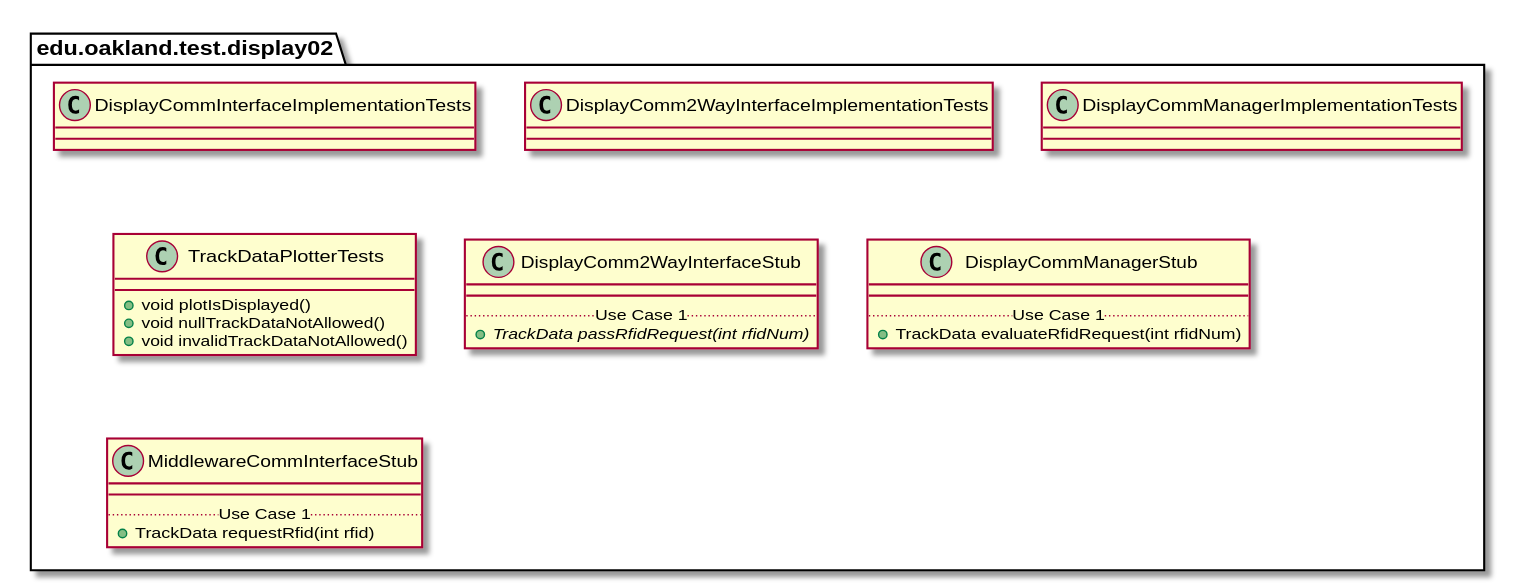
The PlantUML diagram docs/uml-class-diagrams/display02/test/Display02TestPackage.svg in casher-ou/csi-3370-software-project, before a commit. The source it was exported from:
```plantuml
@startuml Display02TestPackage

package edu.oakland.test.display02 {

}


package edu.oakland.test.display02 {
    class DisplayCommInterfaceImplementationTests {

    }
}


package edu.oakland.test.display02 {
    class DisplayComm2WayInterfaceImplementationTests {

    }
}


package edu.oakland.test.display02 {
    class DisplayCommManagerImplementationTests {

    }
}


package edu.oakland.test.display02 {
    class TrackDataPlotterTests {
        + void plotIsDisplayed()
        + void nullTrackDataNotAllowed()
        + void invalidTrackDataNotAllowed()
    }
}


package edu.oakland.test.display02 {
    class DisplayComm2WayInterfaceStub {
        __
        .. Use Case 1 ..
        {abstract} + TrackData passRfidRequest(int rfidNum)
    }
}


package edu.oakland.test.display02 {
    class DisplayCommManagerStub {
        __
        .. Use Case 1 ..
        + TrackData evaluateRfidRequest(int rfidNum)
    }
}


package edu.oakland.test.display02 {
    class MiddlewareCommInterfaceStub {
        __
        .. Use Case 1 ..
        + TrackData requestRfid(int rfid)
    }
}


@enduml
```
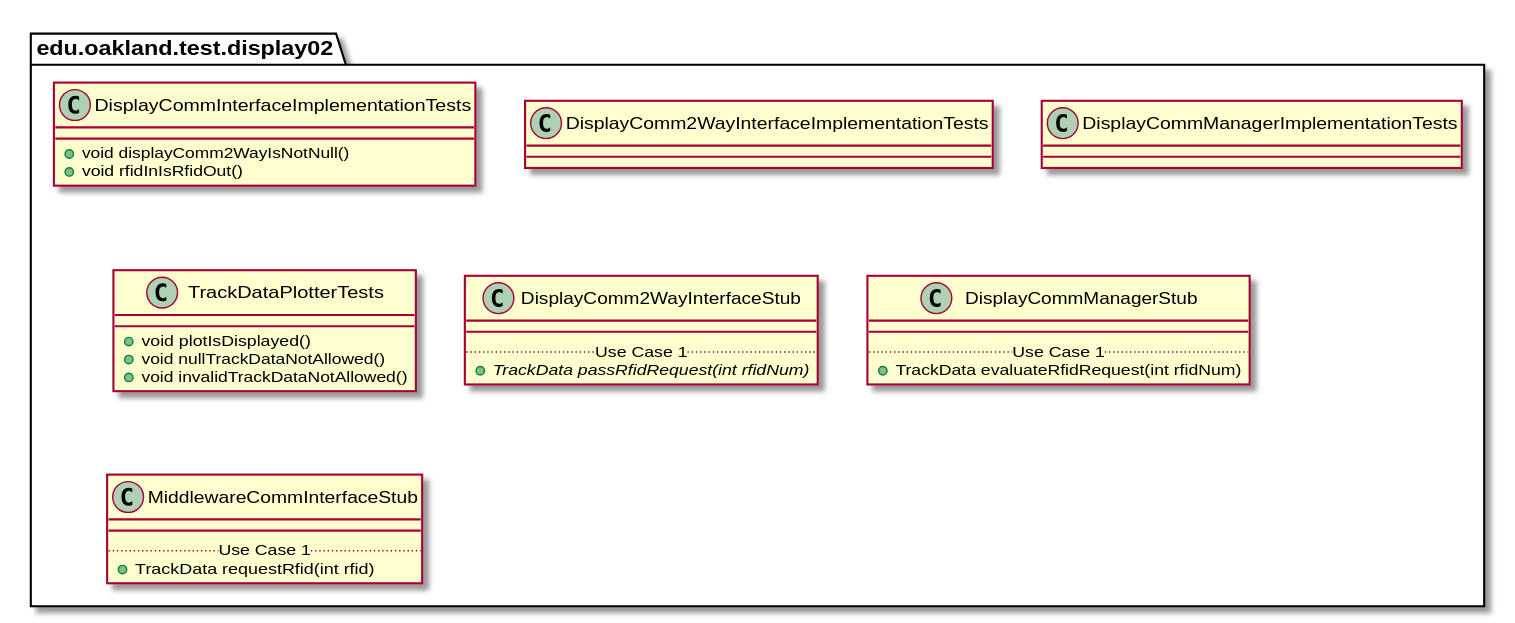
Above is the later version.

Change to the diagram source:
```diff
@@ -7,6 +7,8 @@
 
 package edu.oakland.test.display02 {
     class DisplayCommInterfaceImplementationTests {
+        + void displayComm2WayIsNotNull()
+        + void rfidInIsRfidOut()
 
     }
 }
```
